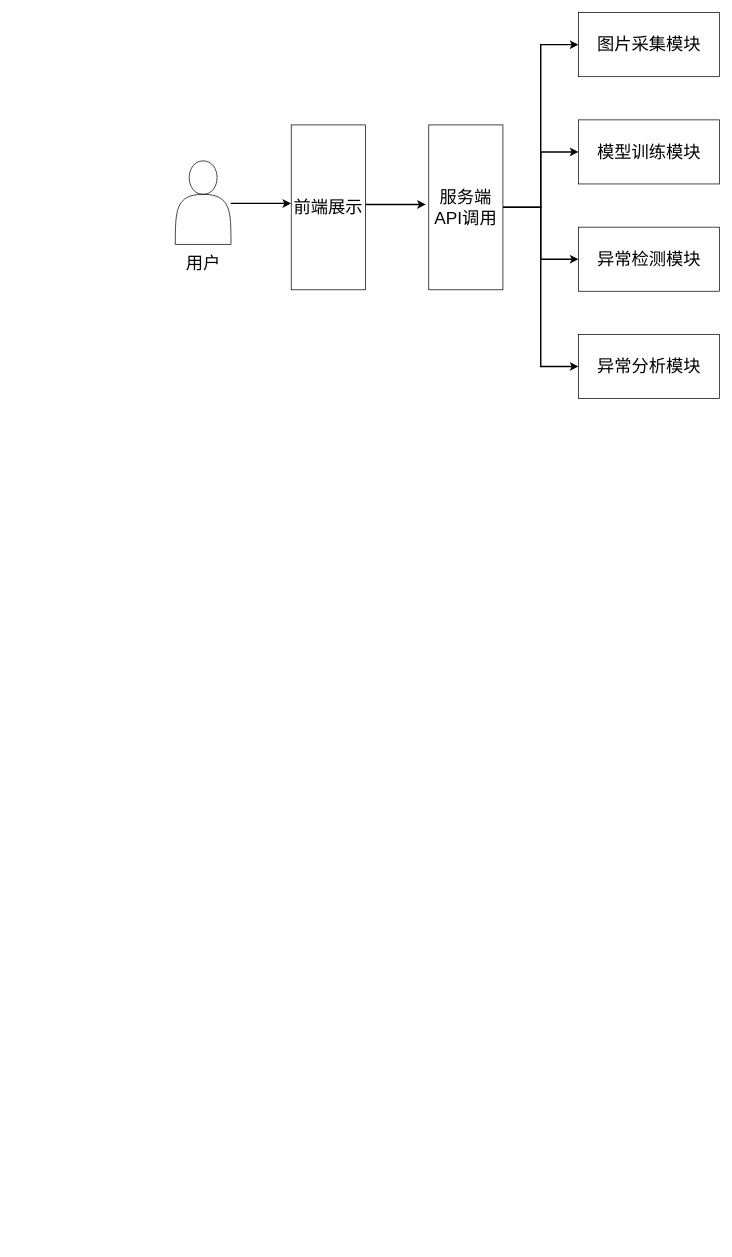
Before: 毕业论文系统结构图1.drawio in Pumpkin9841/pictures, a draw.io diagram. Source tidied: cells renumbered, new cells numbered last; positions are measured from the earlier drawing's top-left corner, leaving out a move shared by most shapes. Both pictures are drawn from the tidied source at 72%, with x=0, y=0 at pixel (175, -26).
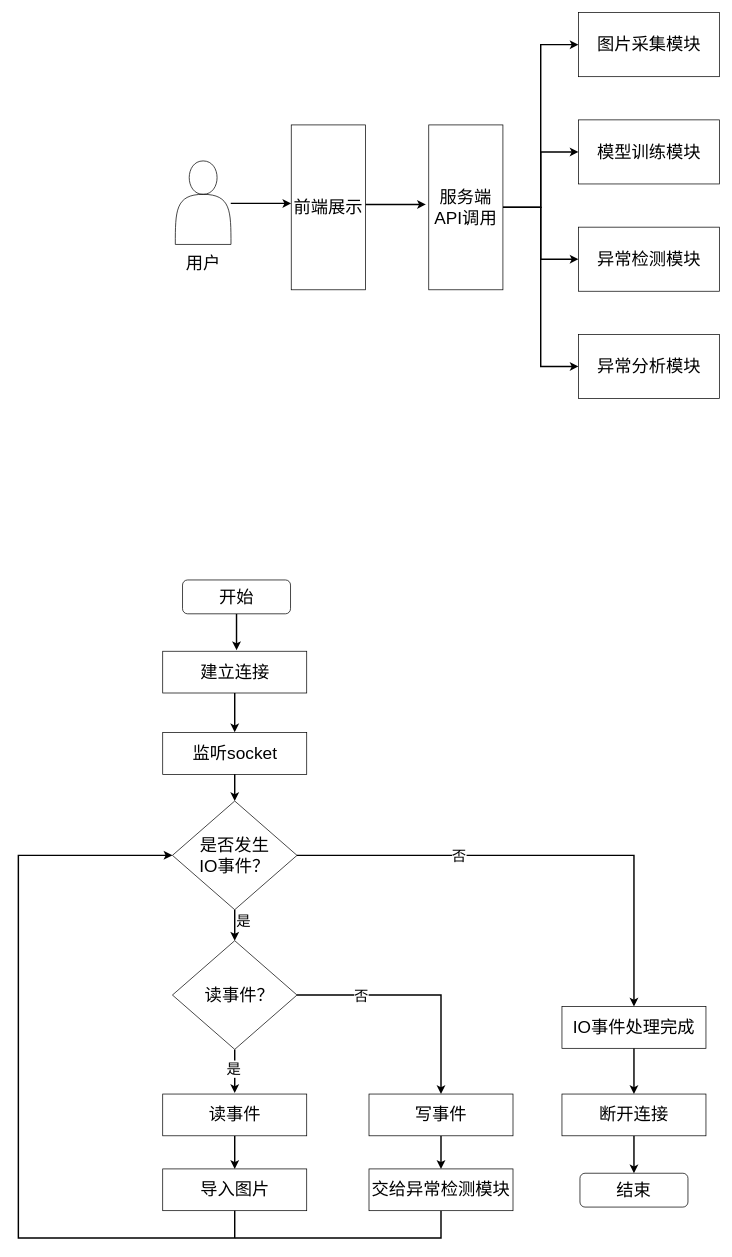
After the change.

Commit message:
更新毕业论文系统结构图1.drawio

What changed in the source:
```diff
@@
+    <mxCell id="25" style="edgeStyle=orthogonalEdgeStyle;rounded=0;jettySize=auto;html=1;strokeWidth=2;" parent="1" edge="1" source="26">
+      <mxGeometry relative="1" as="geometry">
+        <mxPoint x="85" y="938.5" as="targetPoint" />
+      </mxGeometry>
+    </mxCell>
+    <mxCell id="26" value="&lt;font style=&quot;font-size: 24px;&quot;&gt;开始&lt;/font&gt;" style="rounded=1;whiteSpace=wrap;html=1;" parent="1" vertex="1">
+      <mxGeometry x="10" y="841" width="150" height="47" as="geometry" />
+    </mxCell>
+    <mxCell id="27" style="edgeStyle=orthogonalEdgeStyle;rounded=0;jettySize=auto;html=1;strokeWidth=2;" parent="1" edge="1" source="28">
+      <mxGeometry relative="1" as="geometry">
+        <mxPoint x="82.5" y="1052.5" as="targetPoint" />
+      </mxGeometry>
+    </mxCell>
+    <mxCell id="28" value="&lt;font style=&quot;font-size: 24px;&quot;&gt;建立连接&lt;/font&gt;" style="rounded=0;whiteSpace=wrap;html=1;" parent="1" vertex="1">
+      <mxGeometry x="-17.5" y="940" width="200" height="58" as="geometry" />
+    </mxCell>
+    <mxCell id="29" value="&lt;font style=&quot;font-size: 24px;&quot;&gt;监听socket&lt;/font&gt;" style="rounded=0;whiteSpace=wrap;html=1;" parent="1" vertex="1">
+      <mxGeometry x="-17.5" y="1053" width="200" height="58" as="geometry" />
+    </mxCell>
+    <mxCell id="30" style="edgeStyle=orthogonalEdgeStyle;rounded=0;jettySize=auto;html=1;strokeWidth=2;" parent="1" edge="1" source="31" target="40">
+      <mxGeometry relative="1" as="geometry" />
+    </mxCell>
+    <mxCell id="31" value="&lt;span style=&quot;font-size: 24px;&quot;&gt;读事件&lt;/span&gt;" style="rounded=0;whiteSpace=wrap;html=1;" parent="1" vertex="1">
+      <mxGeometry x="-17.5" y="1555" width="200" height="58" as="geometry" />
+    </mxCell>
+    <mxCell id="32" style="edgeStyle=orthogonalEdgeStyle;rounded=0;jettySize=auto;html=1;entryX=0.5;entryY=0;entryDx=0;entryDy=0;strokeWidth=2;" parent="1" edge="1" source="34" target="46">
+      <mxGeometry relative="1" as="geometry" />
+    </mxCell>
+    <mxCell id="33" value="&lt;font style=&quot;font-size: 20px;&quot;&gt;否&lt;/font&gt;" style="edgeLabel;html=1;align=center;verticalAlign=middle;" parent="32" vertex="1">
+      <mxGeometry x="-0.34" relative="1" as="geometry" />
+    </mxCell>
+    <mxCell id="34" value="&lt;font style=&quot;font-size: 24px;&quot;&gt;是否发生&lt;br&gt;IO事件？&lt;/font&gt;" style="strokeWidth=1;html=1;shape=mxgraph.flowchart.decision;whiteSpace=wrap;" parent="1" vertex="1">
+      <mxGeometry x="-4" y="1148" width="173" height="151" as="geometry" />
+    </mxCell>
+    <mxCell id="35" style="edgeStyle=orthogonalEdgeStyle;rounded=0;jettySize=auto;html=1;strokeWidth=2;" parent="1" edge="1" source="39">
+      <mxGeometry relative="1" as="geometry">
+        <mxPoint x="82.5" y="1553.5" as="targetPoint" />
+      </mxGeometry>
+    </mxCell>
+    <mxCell id="36" value="&lt;font style=&quot;font-size: 20px;&quot;&gt;是&lt;/font&gt;" style="edgeLabel;html=1;align=center;verticalAlign=middle;" parent="35" vertex="1">
+      <mxGeometry x="-0.14" y="-2" relative="1" as="geometry" />
+    </mxCell>
+    <mxCell id="37" style="edgeStyle=orthogonalEdgeStyle;rounded=0;jettySize=auto;html=1;entryX=0.5;entryY=0;entryDx=0;entryDy=0;strokeWidth=2;" parent="1" edge="1" source="39" target="42">
+      <mxGeometry relative="1" as="geometry" />
+    </mxCell>
+    <mxCell id="38" value="&lt;font style=&quot;font-size: 20px;&quot;&gt;否&lt;/font&gt;" style="edgeLabel;html=1;align=center;verticalAlign=middle;" parent="37" vertex="1">
+      <mxGeometry x="-0.48" relative="1" as="geometry" />
+    </mxCell>
+    <mxCell id="39" value="&lt;span style=&quot;font-size: 24px;&quot;&gt;&amp;nbsp; 读事件？&lt;/span&gt;" style="strokeWidth=1;html=1;shape=mxgraph.flowchart.decision;whiteSpace=wrap;" parent="1" vertex="1">
+      <mxGeometry x="-4" y="1342" width="173" height="151" as="geometry" />
+    </mxCell>
+    <mxCell id="40" value="&lt;span style=&quot;font-size: 24px;&quot;&gt;导入图片&lt;/span&gt;" style="rounded=0;whiteSpace=wrap;html=1;" parent="1" vertex="1">
+      <mxGeometry x="-17.5" y="1659" width="200" height="58" as="geometry" />
+    </mxCell>
+    <mxCell id="41" style="edgeStyle=orthogonalEdgeStyle;rounded=0;jettySize=auto;html=1;entryX=0.5;entryY=0;entryDx=0;entryDy=0;strokeWidth=2;" parent="1" edge="1" source="42" target="44">
+      <mxGeometry relative="1" as="geometry" />
+    </mxCell>
+    <mxCell id="42" value="&lt;span style=&quot;font-size: 24px;&quot;&gt;写事件&lt;/span&gt;" style="rounded=0;whiteSpace=wrap;html=1;" parent="1" vertex="1">
+      <mxGeometry x="269" y="1555" width="200" height="58" as="geometry" />
+    </mxCell>
+    <mxCell id="43" style="edgeStyle=orthogonalEdgeStyle;rounded=0;jettySize=auto;html=1;endArrow=none;endFill=0;strokeWidth=2;" parent="1" edge="1" source="44">
+      <mxGeometry relative="1" as="geometry">
+        <mxPoint x="83" y="1755" as="targetPoint" />
+        <Array as="points">
+          <mxPoint x="369" y="1755" />
+          <mxPoint x="84" y="1755" />
+        </Array>
+      </mxGeometry>
+    </mxCell>
+    <mxCell id="44" value="&lt;span style=&quot;font-size: 24px;&quot;&gt;交给异常检测模块&lt;/span&gt;" style="rounded=0;whiteSpace=wrap;html=1;" parent="1" vertex="1">
+      <mxGeometry x="269" y="1659" width="200" height="58" as="geometry" />
+    </mxCell>
+    <mxCell id="45" style="edgeStyle=orthogonalEdgeStyle;rounded=0;jettySize=auto;html=1;strokeWidth=2;" parent="1" edge="1" source="46" target="48">
+      <mxGeometry relative="1" as="geometry" />
+    </mxCell>
+    <mxCell id="46" value="&lt;span style=&quot;font-size: 24px;&quot;&gt;IO事件处理完成&lt;/span&gt;" style="rounded=0;whiteSpace=wrap;html=1;" parent="1" vertex="1">
+      <mxGeometry x="537" y="1433.5" width="200" height="58" as="geometry" />
+    </mxCell>
+    <mxCell id="47" style="edgeStyle=orthogonalEdgeStyle;rounded=0;jettySize=auto;html=1;strokeWidth=2;" parent="1" edge="1" source="48" target="49">
+      <mxGeometry relative="1" as="geometry" />
+    </mxCell>
+    <mxCell id="48" value="&lt;span style=&quot;font-size: 24px;&quot;&gt;断开连接&lt;/span&gt;" style="rounded=0;whiteSpace=wrap;html=1;" parent="1" vertex="1">
+      <mxGeometry x="537" y="1555" width="200" height="58" as="geometry" />
+    </mxCell>
+    <mxCell id="49" value="&lt;font style=&quot;font-size: 24px;&quot;&gt;结束&lt;/font&gt;" style="rounded=1;whiteSpace=wrap;html=1;" parent="1" vertex="1">
+      <mxGeometry x="562" y="1665" width="150" height="47" as="geometry" />
+    </mxCell>
+    <mxCell id="50" style="edgeStyle=orthogonalEdgeStyle;rounded=0;jettySize=auto;html=1;entryX=0.5;entryY=0;entryDx=0;entryDy=0;entryPerimeter=0;strokeWidth=2;" parent="1" edge="1" source="29" target="34">
+      <mxGeometry relative="1" as="geometry" />
+    </mxCell>
+    <mxCell id="51" style="edgeStyle=orthogonalEdgeStyle;rounded=0;jettySize=auto;html=1;entryX=0.5;entryY=0;entryDx=0;entryDy=0;entryPerimeter=0;strokeWidth=2;" parent="1" edge="1" source="34" target="39">
+      <mxGeometry relative="1" as="geometry" />
+    </mxCell>
+    <mxCell id="52" style="edgeStyle=orthogonalEdgeStyle;rounded=0;jettySize=auto;html=1;entryX=0;entryY=0.5;entryDx=0;entryDy=0;entryPerimeter=0;strokeWidth=2;" parent="1" edge="1" source="40" target="34">
+      <mxGeometry relative="1" as="geometry">
+        <Array as="points">
+          <mxPoint x="83" y="1755" />
+          <mxPoint x="-218" y="1755" />
+          <mxPoint x="-218" y="1224" />
+        </Array>
+      </mxGeometry>
+    </mxCell>
+    <mxCell id="53" value="&lt;font style=&quot;font-size: 20px;&quot;&gt;是&lt;/font&gt;" style="text;html=1;strokeColor=none;fillColor=none;align=center;verticalAlign=middle;whiteSpace=wrap;rounded=0;" parent="1" vertex="1">
+      <mxGeometry x="65" y="1299" width="60" height="30" as="geometry" />
+    </mxCell>
```
